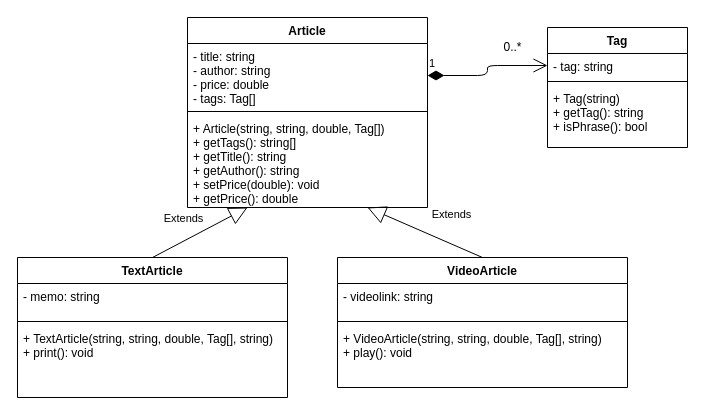
Before: diagram/Article.drawio in VijayTheGr8/ReuseRepo, a draw.io diagram. Source tidied: cells renumbered, new cells numbered last; positions are measured from the earlier drawing's top-left corner, leaving out a move shared by most shapes. Both pictures are drawn from the tidied source at 100%, with x=0, y=0 at pixel (17, 17).
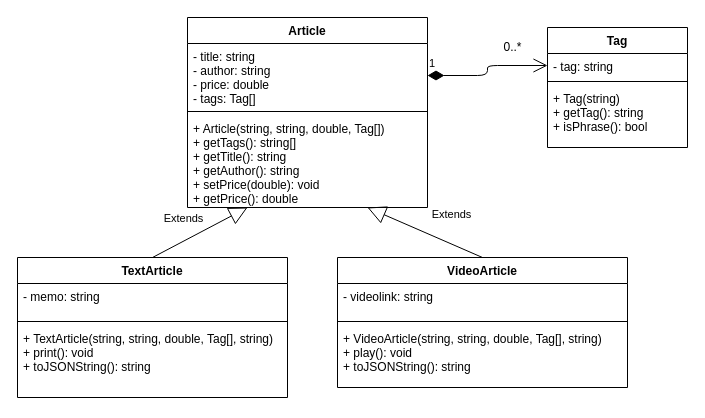
The same page after the edit.

The change refers to these unchanged cells:
```xml
<mxCell id="10" value="TextArticle" style="swimlane;fontStyle=1;align=center;verticalAlign=top;horizontal=1;startSize=26;" parent="1" vertex="1">
  <mxGeometry y="240" width="270" height="140" as="geometry" />
</mxCell>
<mxCell id="15" value="VideoArticle" style="swimlane;fontStyle=1;align=center;verticalAlign=top;horizontal=1;startSize=26;" parent="1" vertex="1">
  <mxGeometry x="320" y="240" width="290" height="130" as="geometry" />
</mxCell>
```

The edit, as a diff of the source:
```diff
@@
-    <mxCell id="13" value="+ TextArticle(string, string, double, Tag[], string)&#10;+ print(): void" style="text;strokeColor=none;fillColor=none;align=left;verticalAlign=top;spacingLeft=4;spacingRight=4;overflow=hidden;" parent="10" vertex="1">
+    <mxCell id="13" value="+ TextArticle(string, string, double, Tag[], string)&#10;+ print(): void&#10;+ toJSONString(): string" style="text;strokeColor=none;fillColor=none;align=left;verticalAlign=top;spacingLeft=4;spacingRight=4;overflow=hidden;" parent="10" vertex="1">
       <mxGeometry y="68" width="270" height="72" as="geometry" />
     </mxCell>
@@
-    <mxCell id="18" value="+ VideoArticle(string, string, double, Tag[], string)&#10;+ play(): void" style="text;strokeColor=none;fillColor=none;align=left;verticalAlign=top;spacingLeft=4;spacingRight=4;overflow=hidden;" parent="15" vertex="1">
+    <mxCell id="18" value="+ VideoArticle(string, string, double, Tag[], string)&#10;+ play(): void&#10;+ toJSONString(): string" style="text;strokeColor=none;fillColor=none;align=left;verticalAlign=top;spacingLeft=4;spacingRight=4;overflow=hidden;" parent="15" vertex="1">
       <mxGeometry y="68" width="290" height="62" as="geometry" />
     </mxCell>
```
